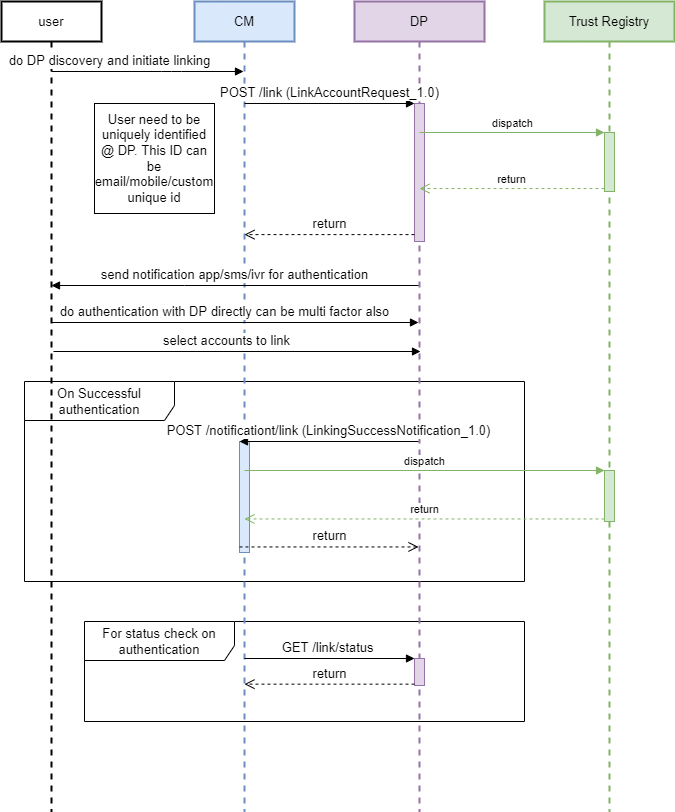
Earlier version of the draw.io export seqDiagram/accountLinking-CMSide.png (iSPIRT/DEPA). Source tidied: cells renumbered, new cells last; positions are measured from the earlier drawing's top-left corner, leaving out a move shared by most shapes.
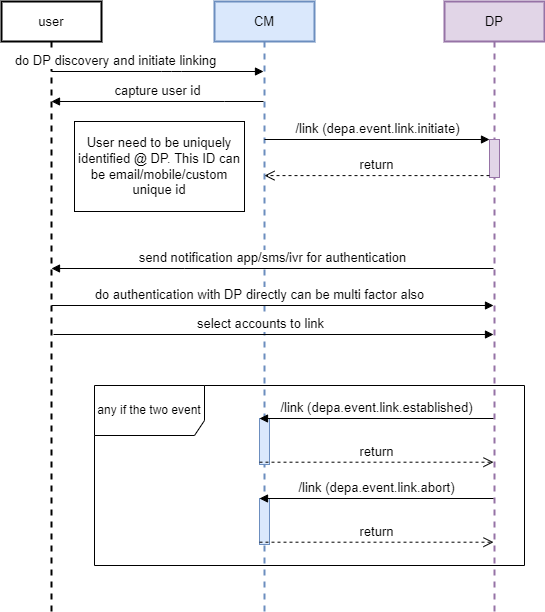
Later version of the same file.

Commit message:
linking flow updated

What changed in the source:
```diff
@@ -1,19 +1,35 @@
-<mxGraphModel>
+<mxGraphModel background="#FFFFFF">
   <root>
     <mxCell id="0" />
     <mxCell id="1" parent="0" />
-    <mxCell id="2" value="For status check on authentication" style="shape=umlFrame;whiteSpace=wrap;html=1;width=150;height=39;fontSize=13;" parent="1" vertex="1">
-      <mxGeometry x="83" y="620" width="440" height="100" as="geometry" />
-    </mxCell>
-    <mxCell id="3" value="On Successful authentication" style="shape=umlFrame;whiteSpace=wrap;html=1;width=150;height=39;fontSize=13;" parent="1" vertex="1">
-      <mxGeometry x="23" y="380" width="500" height="200" as="geometry" />
-    </mxCell>
+    <mxCell id="7" value="DP" style="shape=umlLifeline;perimeter=lifelinePerimeter;whiteSpace=wrap;html=1;outlineConnect=0;fillColor=#e1d5e7;strokeColor=#9673a6;strokeWidth=2;fontSize=13;" parent="1" vertex="1">
+      <mxGeometry x="443" width="100" height="610" as="geometry" />
+    </mxCell>
+    <mxCell id="11" style="html=1;points=[];perimeter=orthogonalPerimeter;fillColor=#e1d5e7;strokeColor=#9673a6;fontSize=13;" parent="7" vertex="1">
+      <mxGeometry x="45" y="138" width="10" height="38" as="geometry" />
+    </mxCell>
     <mxCell id="4" value="user" style="shape=umlLifeline;perimeter=lifelinePerimeter;whiteSpace=wrap;html=1;outlineConnect=0;strokeWidth=2;fontSize=13;" parent="1" vertex="1">
-      <mxGeometry width="100" height="810" as="geometry" />
+      <mxGeometry width="100" height="610" as="geometry" />
     </mxCell>
     <mxCell id="5" value="CM" style="shape=umlLifeline;perimeter=lifelinePerimeter;whiteSpace=wrap;html=1;outlineConnect=0;fillColor=#dae8fc;strokeColor=#6c8ebf;strokeWidth=2;fontSize=13;" parent="1" vertex="1">
-      <mxGeometry x="193" width="100" height="810" as="geometry" />
+      <mxGeometry x="213" width="100" height="610" as="geometry" />
     </mxCell>
+    <mxCell id="14" style="html=1;points=[];perimeter=orthogonalPerimeter;fillColor=#dae8fc;strokeColor=#6c8ebf;fontSize=13;" parent="5" vertex="1">
+      <mxGeometry x="45" y="417" width="10" height="46" as="geometry" />
+    </mxCell>
+    <mxCell id="29" style="html=1;points=[];perimeter=orthogonalPerimeter;fillColor=#dae8fc;strokeColor=#6c8ebf;fontSize=13;" parent="5" vertex="1">
+      <mxGeometry x="45" y="497" width="10" height="46" as="geometry" />
+    </mxCell>
+    <mxCell id="30" value="&lt;span style=&quot;font-size: 13px&quot;&gt;/link (depa.event.link.abort)&lt;/span&gt;" style="html=1;verticalAlign=bottom;endArrow=block;entryX=0;entryY=0;fontSize=13;" parent="5" edge="1" target="29">
+      <mxGeometry relative="1" as="geometry">
+        <mxPoint x="279" y="497" as="sourcePoint" />
+      </mxGeometry>
+    </mxCell>
+    <mxCell id="20" value="return" style="html=1;verticalAlign=bottom;endArrow=open;dashed=1;endSize=8;exitX=0;exitY=0.95;fontSize=13;" parent="5" edge="1" source="29">
+      <mxGeometry relative="1" as="geometry">
+        <mxPoint x="279" y="540.7" as="targetPoint" />
+      </mxGeometry>
+    </mxCell>
     <mxCell id="6" value="do DP discovery and initiate linking" style="html=1;verticalAlign=bottom;endArrow=block;fontSize=13;" parent="1" edge="1" source="4" target="5">
       <mxGeometry x="-0.4" relative="1" as="geometry">
         <Array as="points">
@@ -21,98 +37,65 @@
         </Array>
       </mxGeometry>
     </mxCell>
-    <mxCell id="7" value="DP" style="shape=umlLifeline;perimeter=lifelinePerimeter;whiteSpace=wrap;html=1;outlineConnect=0;fillColor=#e1d5e7;strokeColor=#9673a6;strokeWidth=2;fontSize=13;" parent="1" vertex="1">
-      <mxGeometry x="353" width="130" height="810" as="geometry" />
-    </mxCell>
     <mxCell id="8" value="send notification app/sms/ivr for authentication" style="html=1;verticalAlign=bottom;endArrow=block;rounded=0;fontSize=13;" parent="1" edge="1">
       <mxGeometry relative="1" as="geometry">
-        <mxPoint x="417" y="284" as="sourcePoint" />
-        <mxPoint x="50" y="284" as="targetPoint" />
+        <mxPoint x="492" y="267" as="sourcePoint" />
+        <mxPoint x="50" y="267" as="targetPoint" />
         <Array as="points">
-          <mxPoint x="183" y="284" />
+          <mxPoint x="183" y="267" />
         </Array>
       </mxGeometry>
     </mxCell>
     <mxCell id="9" value="do authentication with DP directly can be multi factor also" style="html=1;verticalAlign=bottom;endArrow=block;rounded=0;fontSize=13;" parent="1" edge="1">
       <mxGeometry x="-0.06" relative="1" as="geometry">
-        <mxPoint x="50" y="321" as="sourcePoint" />
-        <mxPoint x="417" y="321" as="targetPoint" />
+        <mxPoint x="50" y="304" as="sourcePoint" />
+        <mxPoint x="492" y="304" as="targetPoint" />
         <Array as="points">
-          <mxPoint x="247.5" y="321" />
+          <mxPoint x="247.5" y="304" />
         </Array>
       </mxGeometry>
     </mxCell>
     <mxCell id="10" value="User need to be uniquely identified @ DP. This ID can be email/mobile/custom unique id" style="text;html=1;fillColor=none;align=center;verticalAlign=middle;whiteSpace=wrap;rounded=0;fontSize=13;strokeColor=#000000;" parent="1" vertex="1">
-      <mxGeometry x="93" y="102" width="120" height="110" as="geometry" />
+      <mxGeometry x="73" y="120" width="170" height="90" as="geometry" />
     </mxCell>
-    <mxCell id="11" style="html=1;points=[];perimeter=orthogonalPerimeter;fillColor=#e1d5e7;strokeColor=#9673a6;fontSize=13;" parent="1" vertex="1">
-      <mxGeometry x="413" y="102" width="10" height="138" as="geometry" />
-    </mxCell>
-    <mxCell id="12" value="POST /link (LinkAccountRequest_1.0)&lt;span style=&quot;font-size: 13px&quot;&gt;&lt;br style=&quot;font-size: 13px&quot;&gt;&lt;/span&gt;" style="html=1;verticalAlign=bottom;endArrow=block;entryX=0;entryY=0;fontSize=13;" parent="1" edge="1" target="11">
+    <mxCell id="12" value="/link (depa.event.link.initiate)&lt;span style=&quot;font-size: 13px&quot;&gt;&lt;br style=&quot;font-size: 13px&quot;&gt;&lt;/span&gt;" style="html=1;verticalAlign=bottom;endArrow=block;entryX=0;entryY=0;fontSize=13;" parent="1" edge="1" target="11">
       <mxGeometry relative="1" as="geometry">
-        <mxPoint x="243" y="102" as="sourcePoint" />
+        <mxPoint x="263" y="138" as="sourcePoint" />
       </mxGeometry>
     </mxCell>
-    <mxCell id="13" value="return" style="html=1;verticalAlign=bottom;endArrow=open;dashed=1;endSize=8;exitX=0;exitY=0.95;fontSize=13;" parent="1" edge="1" source="11" target="5">
-      <mxGeometry relative="1" as="geometry" />
+    <mxCell id="13" value="return" style="html=1;verticalAlign=bottom;endArrow=open;dashed=1;endSize=8;exitX=0;exitY=0.95;fontSize=13;" parent="1" edge="1" source="11">
+      <mxGeometry relative="1" as="geometry">
+        <mxPoint x="263" y="174.1" as="targetPoint" />
+      </mxGeometry>
     </mxCell>
-    <mxCell id="14" style="html=1;points=[];perimeter=orthogonalPerimeter;fillColor=#dae8fc;strokeColor=#6c8ebf;fontSize=13;" parent="1" vertex="1">
-      <mxGeometry x="238" y="440" width="10" height="111" as="geometry" />
-    </mxCell>
-    <mxCell id="15" value="&lt;span style=&quot;font-size: 13px&quot;&gt;POST /notificationt/link (LinkingSuccessNotification_1.0)&lt;/span&gt;" style="html=1;verticalAlign=bottom;endArrow=block;entryX=0;entryY=0;fontSize=13;" parent="1" edge="1" source="7" target="14">
-      <mxGeometry relative="1" as="geometry" />
+    <mxCell id="15" value="&lt;span style=&quot;font-size: 13px&quot;&gt;/link (depa.event.link.established)&lt;/span&gt;" style="html=1;verticalAlign=bottom;endArrow=block;entryX=0;entryY=0;fontSize=13;" parent="1" edge="1" target="14">
+      <mxGeometry relative="1" as="geometry">
+        <mxPoint x="492" y="417" as="sourcePoint" />
+      </mxGeometry>
     </mxCell>
-    <mxCell id="16" value="return" style="html=1;verticalAlign=bottom;endArrow=open;dashed=1;endSize=8;exitX=0;exitY=0.95;fontSize=13;" parent="1" edge="1" source="14" target="7">
-      <mxGeometry relative="1" as="geometry" />
+    <mxCell id="16" value="return" style="html=1;verticalAlign=bottom;endArrow=open;dashed=1;endSize=8;exitX=0;exitY=0.95;fontSize=13;" parent="1" edge="1" source="14">
+      <mxGeometry relative="1" as="geometry">
+        <mxPoint x="492" y="460.7" as="targetPoint" />
+      </mxGeometry>
     </mxCell>
-    <mxCell id="17" style="edgeStyle=none;rounded=0;orthogonalLoop=1;jettySize=auto;html=1;exitX=0.5;exitY=1;exitDx=0;exitDy=0;fontSize=13;" parent="1" edge="1">
-      <mxGeometry relative="1" as="geometry">
-        <mxPoint x="503" y="650" as="sourcePoint" />
-        <mxPoint x="503" y="650" as="targetPoint" />
-      </mxGeometry>
-    </mxCell>
-    <mxCell id="18" style="html=1;points=[];perimeter=orthogonalPerimeter;fillColor=#e1d5e7;strokeColor=#9673a6;fontSize=13;" parent="1" vertex="1">
-      <mxGeometry x="413" y="657" width="10" height="27" as="geometry" />
-    </mxCell>
-    <mxCell id="19" value="GET /link/status&amp;nbsp;" style="html=1;verticalAlign=bottom;endArrow=block;entryX=0;entryY=0;fontSize=13;" parent="1" edge="1" target="18">
-      <mxGeometry relative="1" as="geometry">
-        <mxPoint x="243" y="657" as="sourcePoint" />
-      </mxGeometry>
-    </mxCell>
-    <mxCell id="20" value="return" style="html=1;verticalAlign=bottom;endArrow=open;dashed=1;endSize=8;exitX=0;exitY=0.95;fontSize=13;" parent="1" edge="1" source="18">
-      <mxGeometry relative="1" as="geometry">
-        <mxPoint x="243" y="682.7" as="targetPoint" />
-      </mxGeometry>
-    </mxCell>
     <mxCell id="21" value="select accounts to link" style="html=1;verticalAlign=bottom;endArrow=block;rounded=0;fontSize=13;" parent="1" edge="1">
       <mxGeometry x="-0.06" relative="1" as="geometry">
-        <mxPoint x="52" y="350" as="sourcePoint" />
-        <mxPoint x="419" y="350" as="targetPoint" />
+        <mxPoint x="52" y="333" as="sourcePoint" />
+        <mxPoint x="492" y="333" as="targetPoint" />
         <Array as="points">
-          <mxPoint x="249.5" y="350" />
+          <mxPoint x="249.5" y="333" />
         </Array>
       </mxGeometry>
     </mxCell>
-    <mxCell id="22" value="Trust Registry" style="shape=umlLifeline;perimeter=lifelinePerimeter;whiteSpace=wrap;html=1;fillColor=#d5e8d4;strokeColor=#82b366;strokeWidth=2;fontSize=13;" parent="1" vertex="1">
-      <mxGeometry x="543" width="130" height="810" as="geometry" />
-    </mxCell>
-    <mxCell id="23" style="html=1;points=[];perimeter=orthogonalPerimeter;fillColor=#d5e8d4;strokeColor=#82b366;" parent="22" vertex="1">
-      <mxGeometry x="60" y="131" width="10" height="59" as="geometry" />
-    </mxCell>
-    <mxCell id="24" style="html=1;points=[];perimeter=orthogonalPerimeter;fillColor=#d5e8d4;strokeColor=#82b366;" parent="22" vertex="1">
-      <mxGeometry x="60" y="469" width="10" height="51" as="geometry" />
-    </mxCell>
-    <mxCell id="25" value="dispatch" style="html=1;verticalAlign=bottom;endArrow=block;entryX=0;entryY=0;rounded=0;fillColor=#d5e8d4;strokeColor=#82b366;" parent="1" edge="1" source="7" target="23">
-      <mxGeometry relative="1" as="geometry" />
-    </mxCell>
-    <mxCell id="26" value="return" style="html=1;verticalAlign=bottom;endArrow=open;dashed=1;endSize=8;exitX=0;exitY=0.95;rounded=0;fillColor=#d5e8d4;strokeColor=#82b366;" parent="1" edge="1" source="23" target="7">
-      <mxGeometry relative="1" as="geometry" />
-    </mxCell>
-    <mxCell id="27" value="dispatch" style="html=1;verticalAlign=bottom;endArrow=block;entryX=0;entryY=0;rounded=0;fillColor=#d5e8d4;strokeColor=#82b366;" parent="1" edge="1" source="5" target="24">
-      <mxGeometry relative="1" as="geometry" />
-    </mxCell>
-    <mxCell id="28" value="return" style="html=1;verticalAlign=bottom;endArrow=open;dashed=1;endSize=8;exitX=0;exitY=0.95;rounded=0;fillColor=#d5e8d4;strokeColor=#82b366;" parent="1" edge="1" source="24" target="5">
-      <mxGeometry relative="1" as="geometry" />
-    </mxCell>
+    <mxCell id="31" value="any if the two event" style="shape=umlFrame;whiteSpace=wrap;html=1;width=110;height=50;" parent="1" vertex="1">
+      <mxGeometry x="93" y="384" width="430" height="180" as="geometry" />
+    </mxCell>
+    <mxCell id="32" value="&lt;font style=&quot;font-size: 13px&quot;&gt;capture user id&lt;/font&gt;" style="html=1;verticalAlign=bottom;endArrow=block;rounded=0;" parent="1" edge="1" source="5" target="4">
+      <mxGeometry relative="1" as="geometry">
+        <Array as="points">
+          <mxPoint x="223" y="100" />
+        </Array>
+      </mxGeometry>
+    </mxCell>
   </root>
 </mxGraphModel>
```
